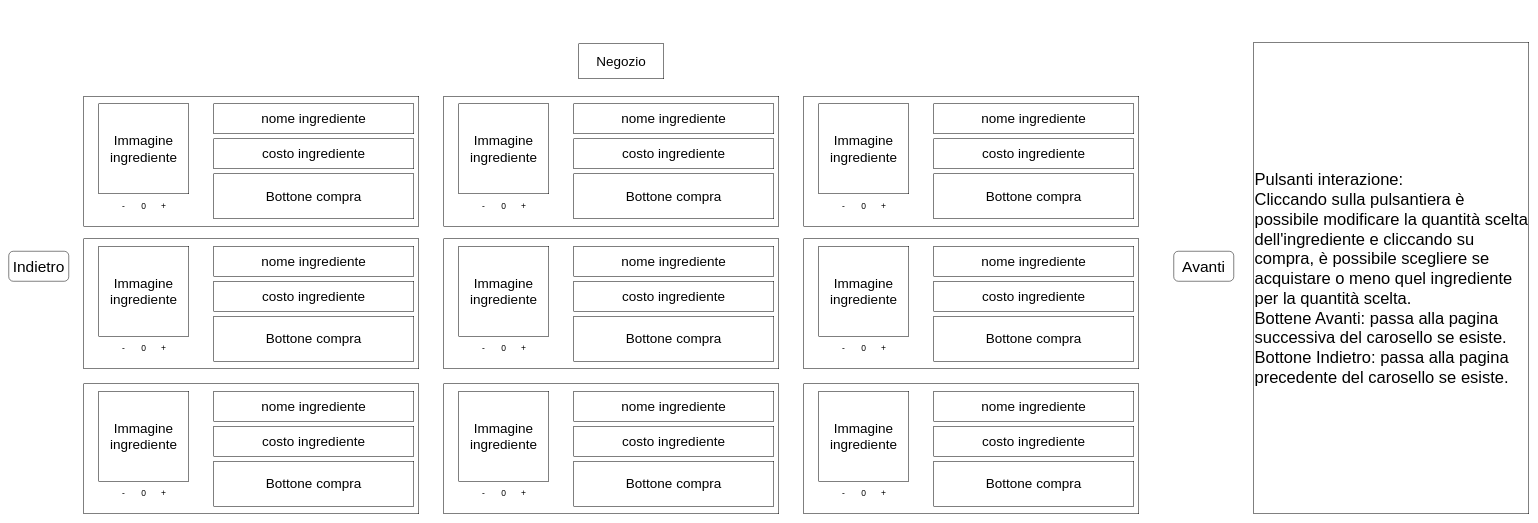
Before: doc/Progetti Drawio/StoryBoard/StoryboardInterazioneConNegozio.drawio in zSavT/Healthy-Catering, a draw.io diagram. Source tidied: cells renumbered, new cells numbered last; positions are measured from the earlier drawing's top-left corner, leaving out a move shared by most shapes. Both pictures are drawn from the tidied source at 50%, with x=0, y=0 at pixel (8, 42).
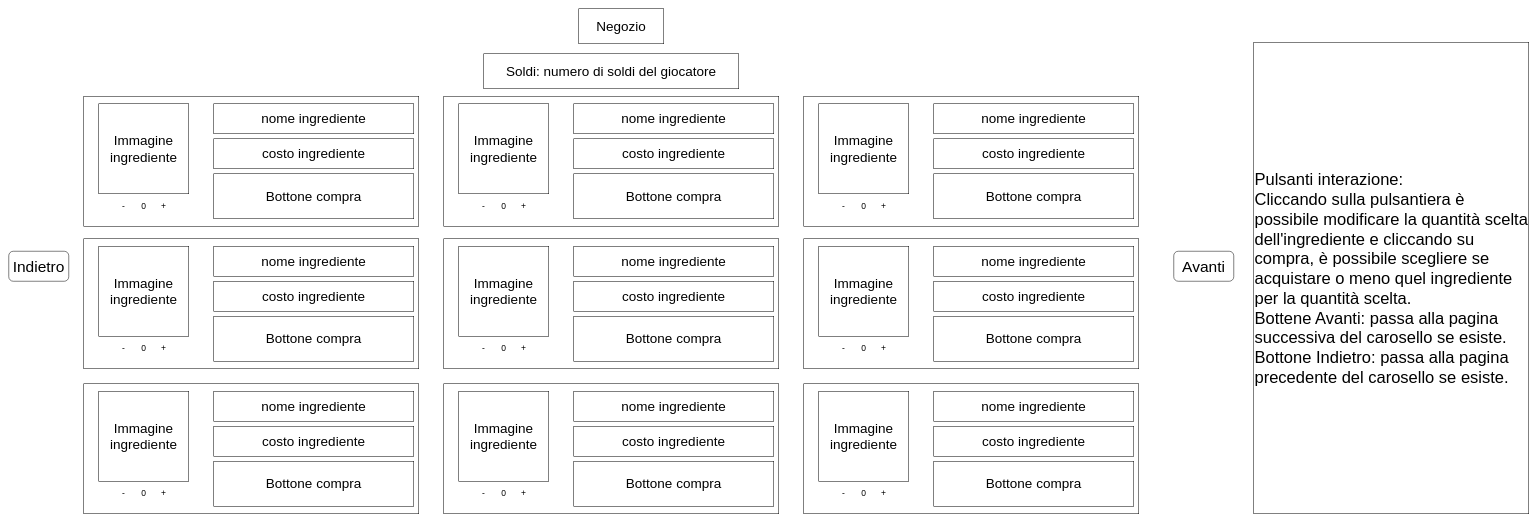
Above is the later version.

Commit message (it also covers changes not shown here):
aggiornati prototipo e storyboard del negozio

The edit, as a diff of the source:
```diff
@@
     <mxCell id="2" value="Negozio" style="rounded=0;whiteSpace=wrap;html=1;fontSize=27;" parent="1" vertex="1">
-      <mxGeometry x="1140" y="2" width="170" height="70" as="geometry" />
+      <mxGeometry x="1140" y="-68" width="170" height="70" as="geometry" />
     </mxCell>
@@
+    <mxCell id="78" value="Soldi: numero di soldi del giocatore" style="rounded=0;whiteSpace=wrap;html=1;fontSize=27;" parent="1" vertex="1">
+      <mxGeometry x="950" y="22" width="510" height="70" as="geometry" />
+    </mxCell>
```
